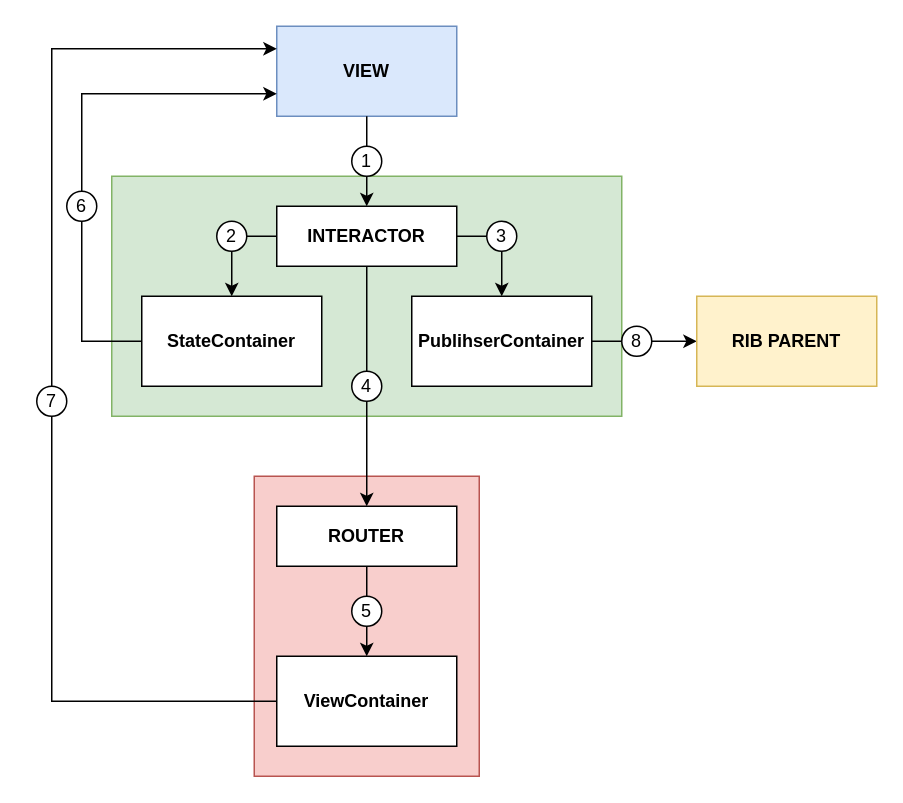
Before: Resources/SwiftUI-RIB-Interaction.drawio in son-iOS/SwiftUI-RIB, a draw.io diagram. Source tidied: cells renumbered, new cells numbered last; positions are measured from the earlier drawing's top-left corner, leaving out a move shared by most shapes. Both pictures are drawn from the tidied source at 150%, with x=0, y=0 at pixel (36, 26).
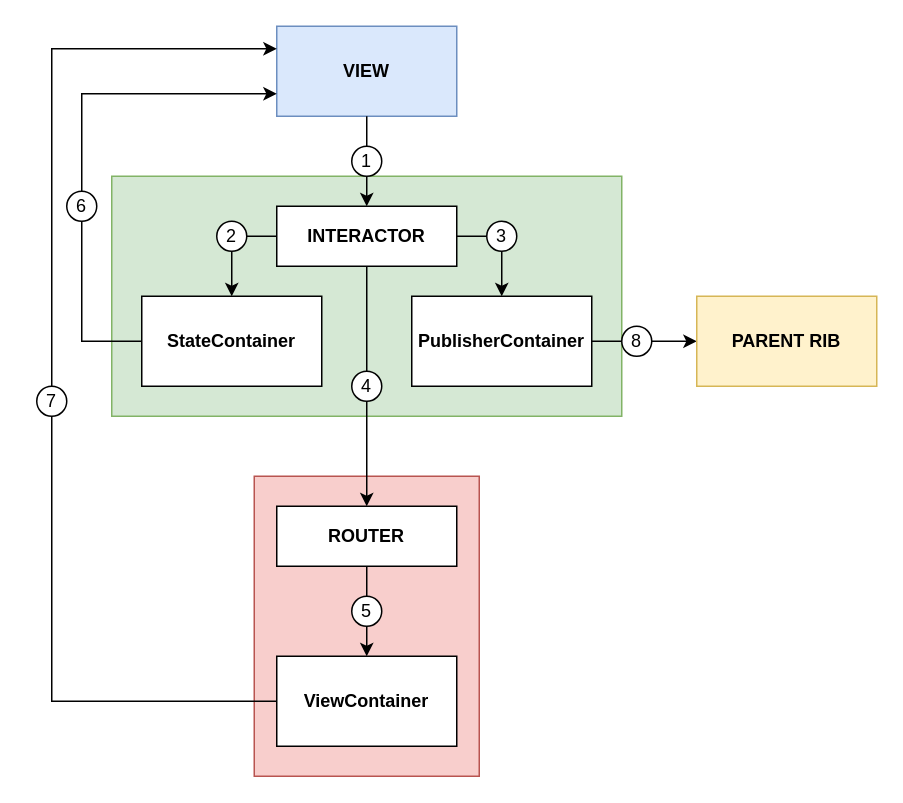
The same diagram, later.

What changed in the source:
```diff
@@
-    <mxCell id="10" value="&lt;b&gt;PublihserContainer&lt;/b&gt;" style="rounded=0;whiteSpace=wrap;html=1;" parent="1" vertex="1">
+    <mxCell id="10" value="&lt;b&gt;PublisherContainer&lt;/b&gt;" style="rounded=0;whiteSpace=wrap;html=1;" parent="1" vertex="1">
       <mxGeometry x="250" y="180" width="120" height="60" as="geometry" />
     </mxCell>
-    <mxCell id="11" value="&lt;b&gt;RIB PARENT&lt;/b&gt;" style="rounded=0;whiteSpace=wrap;html=1;fillColor=#fff2cc;strokeColor=#d6b656;" parent="1" vertex="1">
+    <mxCell id="11" value="&lt;b&gt;PARENT&amp;nbsp;&lt;/b&gt;&lt;b&gt;RIB&lt;/b&gt;" style="rounded=0;whiteSpace=wrap;html=1;fillColor=#fff2cc;strokeColor=#d6b656;" parent="1" vertex="1">
       <mxGeometry x="440" y="180" width="120" height="60" as="geometry" />
     </mxCell>
```
